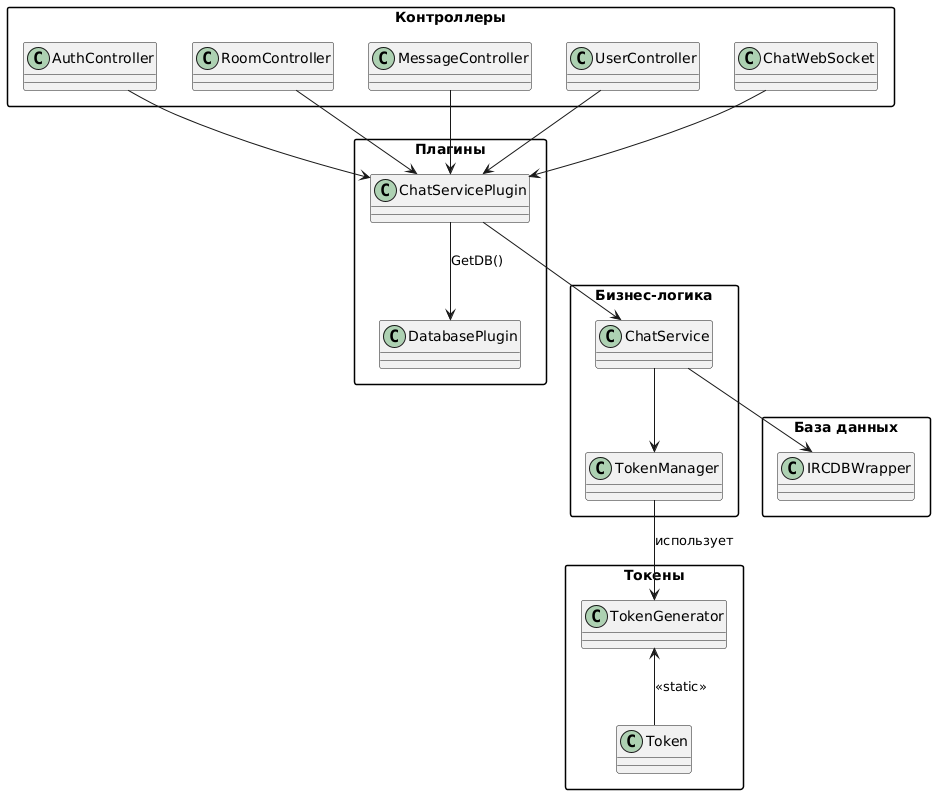
Above: doc/irc_server_diagram.png in litiyltk/IRC-server (PlantUML), before the change.
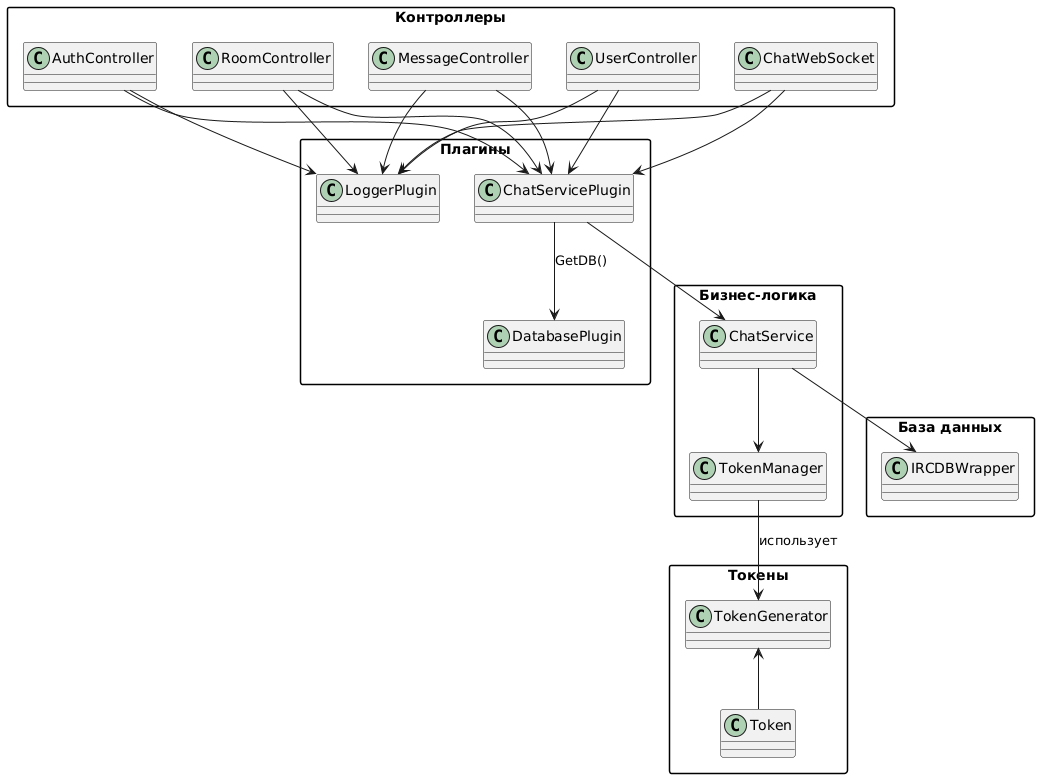
After the change.

Commit message:
Update uml diagram

Diff of the diagram source:
```diff
@@ -27,15 +27,25 @@
 package "Плагины" {
     class ChatServicePlugin
     class DatabasePlugin
+    class LoggerPlugin
 }
 
 
 
 AuthController --> ChatServicePlugin
+AuthController --> LoggerPlugin
+
 RoomController --> ChatServicePlugin
+RoomController --> LoggerPlugin
+
 MessageController --> ChatServicePlugin
+MessageController --> LoggerPlugin
+
 UserController --> ChatServicePlugin
+UserController --> LoggerPlugin
+
 ChatWebSocket --> ChatServicePlugin
+ChatWebSocket --> LoggerPlugin
 
 ChatServicePlugin --> ChatService
 ChatServicePlugin --> DatabasePlugin : GetDB()
@@ -45,5 +55,5 @@
 
 TokenManager --> TokenGenerator : использует
 
-TokenGenerator <-- Token : << static >>
+TokenGenerator <-- Token
 @enduml
```
